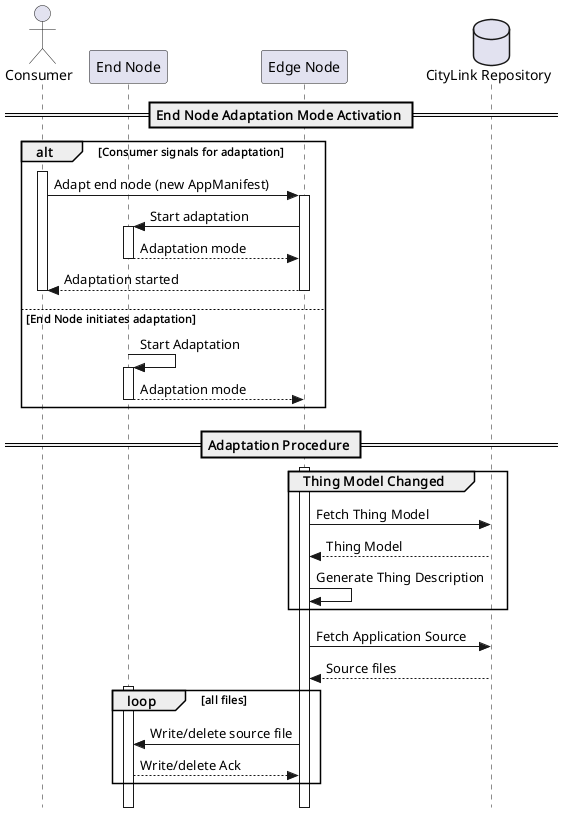
Above: uml/Sequence/adaptation.png in les2feup/CityLink (PlantUML), before the change.
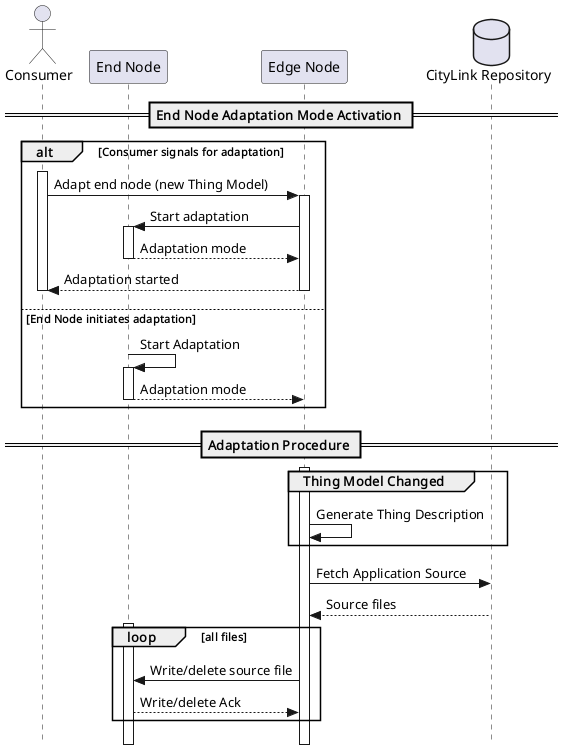
The same file after the commit.

The edit, as a diff of the source:
```diff
@@ -11,7 +11,7 @@
 
 alt Consumer signals for adaptation
     activate consumer
-        consumer -> edgeNode: Adapt end node (new AppManifest)
+        consumer -> edgeNode: Adapt end node (new Thing Model)
         activate edgeNode
             edgeNode -> endNode: Start adaptation
             activate endNode
@@ -30,8 +30,6 @@
 
 activate edgeNode
 group Thing Model Changed
-    edgeNode -> cloud: Fetch Thing Model
-    cloud --> edgeNode: Thing Model
     edgeNode -> edgeNode: Generate Thing Description
 end
 
```
